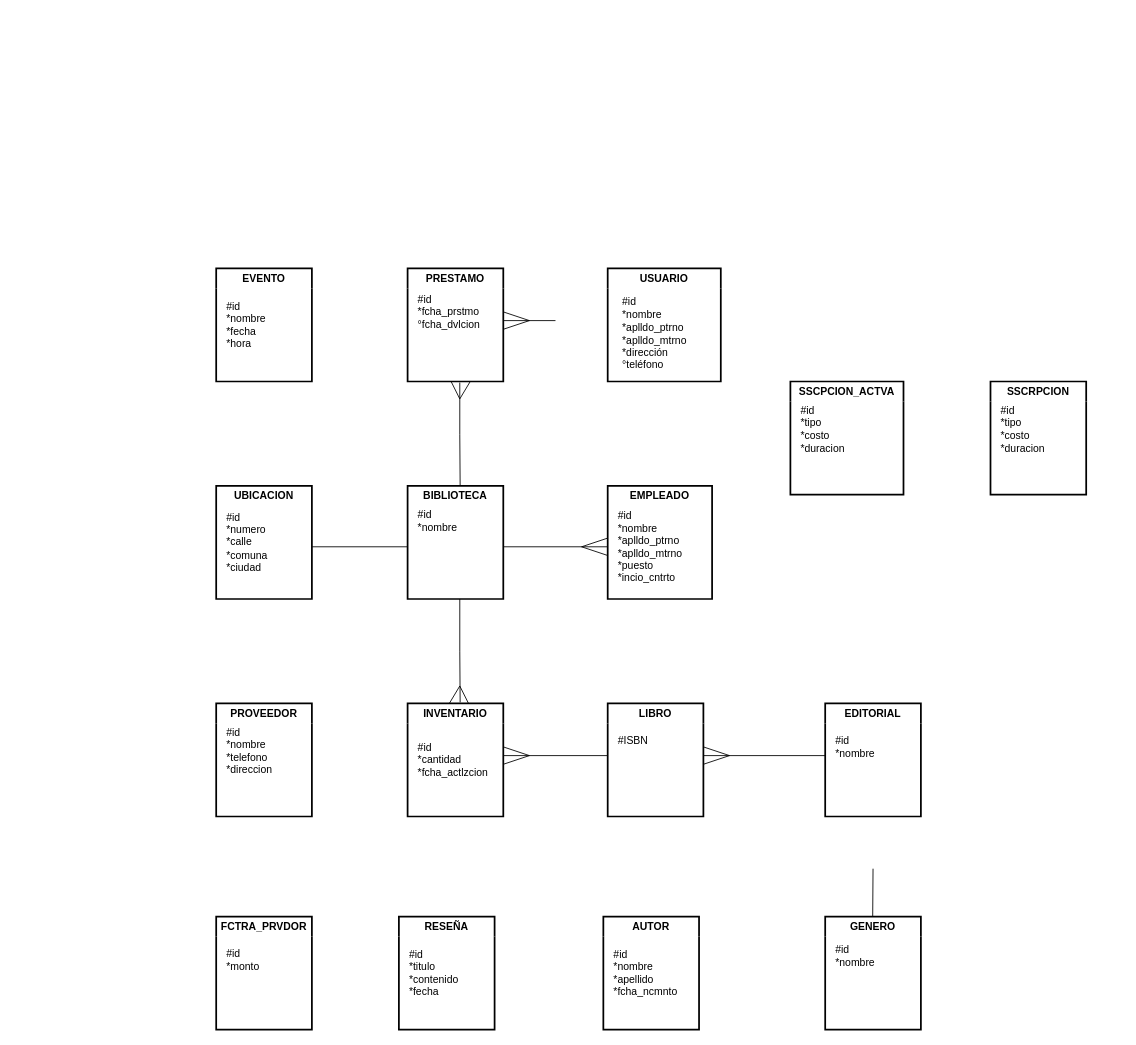
Earlier version of the draw.io diagram page "Page-1" (1 of 2) of examen_practico.drawio (AlexisEV/diagramas-er). Source tidied: cells renumbered, new cells numbered last; positions are measured from the earlier drawing's top-left corner, leaving out a move shared by most shapes. Both pictures are drawn from the tidied source at 87%, with x=0, y=0 at pixel (216, 268).
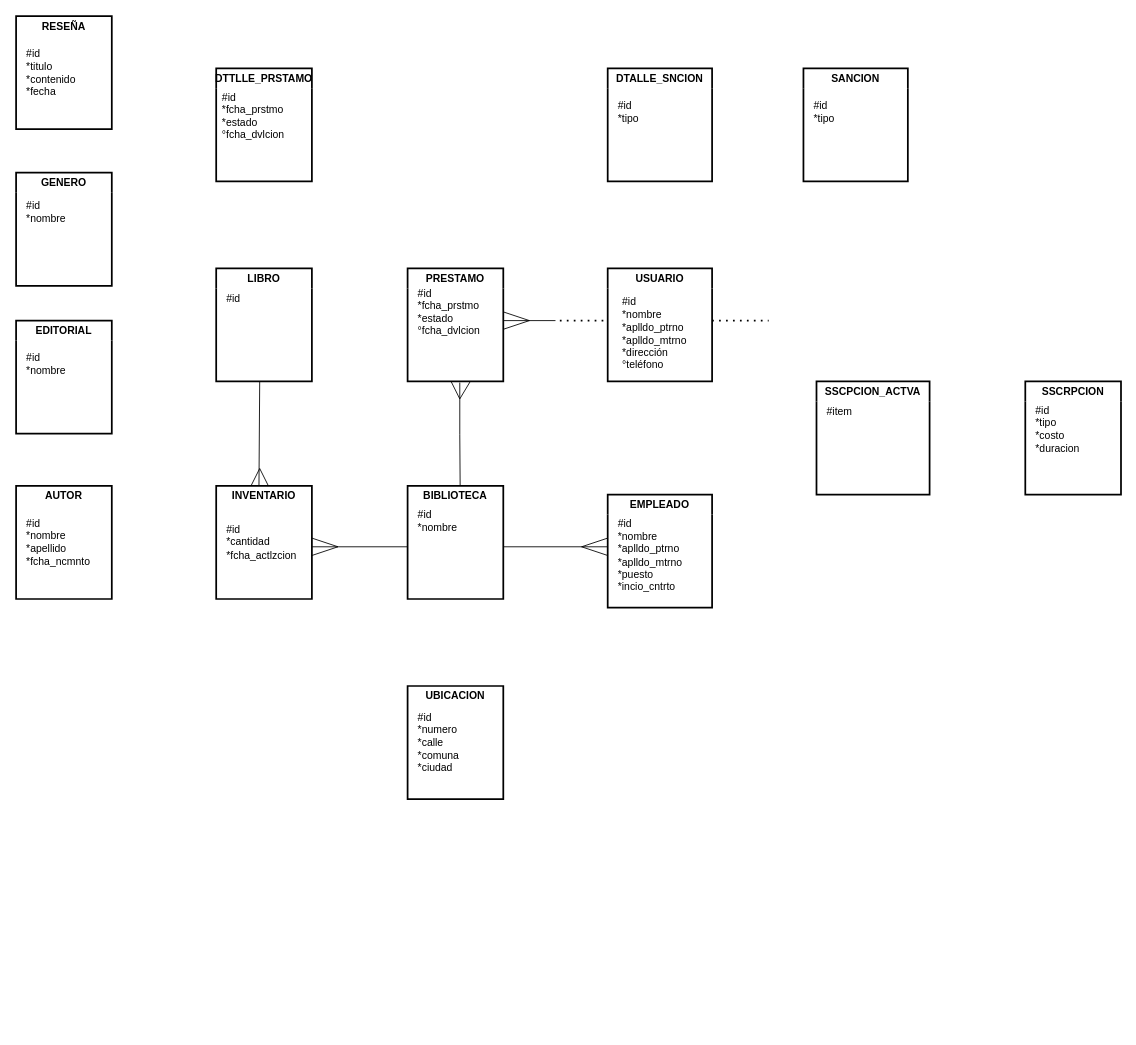
The same diagram, later.

The change refers to these unchanged cells:
```xml
<mxCell id="14" value="PRESTAMO" style="swimlane;whiteSpace=wrap;html=1;perimeterSpacing=7;strokeWidth=2;swimlaneLine=0;glass=0;fillColor=none;strokeColor=#000000;" parent="1" vertex="1">
  <mxGeometry x="220" width="110" height="130" as="geometry" />
</mxCell>
```

Change to the diagram source:
```diff
@@
     <mxCell id="2" value="LIBRO" style="swimlane;whiteSpace=wrap;html=1;perimeterSpacing=7;strokeWidth=2;swimlaneLine=0;glass=0;fillColor=none;strokeColor=#000000;" parent="1" vertex="1">
-      <mxGeometry x="450" y="500" width="110" height="130" as="geometry" />
+      <mxGeometry width="110" height="130" as="geometry" />
     </mxCell>
-    <mxCell id="3" value="#ISBN&lt;br&gt;&lt;br&gt;" style="text;html=1;align=left;verticalAlign=middle;strokeColor=none;fillColor=none;" parent="2" vertex="1">
-      <mxGeometry x="10" y="30" width="60" height="40" as="geometry" />
+    <mxCell id="3" value="#id&lt;br&gt;" style="text;html=1;align=left;verticalAlign=middle;strokeColor=none;fillColor=none;" parent="2" vertex="1">
+      <mxGeometry x="10" y="20" width="40" height="30" as="geometry" />
     </mxCell>
     <mxCell id="4" value="AUTOR" style="swimlane;whiteSpace=wrap;html=1;perimeterSpacing=7;strokeWidth=2;swimlaneLine=0;glass=0;fillColor=none;strokeColor=#000000;" parent="1" vertex="1">
-      <mxGeometry x="445" y="745" width="110" height="130" as="geometry" />
+      <mxGeometry x="-230" y="250" width="110" height="130" as="geometry" />
     </mxCell>
@@
     <mxCell id="6" value="EDITORIAL" style="swimlane;whiteSpace=wrap;html=1;perimeterSpacing=7;strokeWidth=2;swimlaneLine=0;glass=0;fillColor=none;strokeColor=#000000;" parent="1" vertex="1">
-      <mxGeometry x="700" y="500" width="110" height="130" as="geometry" />
+      <mxGeometry x="-230" y="60" width="110" height="130" as="geometry" />
     </mxCell>
@@
     <mxCell id="8" value="EMPLEADO" style="swimlane;whiteSpace=wrap;html=1;perimeterSpacing=7;strokeWidth=2;swimlaneLine=0;glass=0;fillColor=none;strokeColor=#000000;" parent="1" vertex="1">
-      <mxGeometry x="450" y="250" width="120" height="130" as="geometry" />
+      <mxGeometry x="450" y="260" width="120" height="130" as="geometry" />
     </mxCell>
@@
     <mxCell id="10" value="GENERO" style="swimlane;whiteSpace=wrap;html=1;perimeterSpacing=7;strokeWidth=2;swimlaneLine=0;glass=0;fillColor=none;strokeColor=#000000;" parent="1" vertex="1">
-      <mxGeometry x="700" y="745" width="110" height="130" as="geometry" />
+      <mxGeometry x="-230" y="-110" width="110" height="130" as="geometry" />
     </mxCell>
@@
-    <mxCell id="15" value="#id&lt;br&gt;*fcha_prstmo&lt;br&gt;°fcha_dvlcion" style="text;html=1;align=left;verticalAlign=middle;strokeColor=none;fillColor=none;" parent="14" vertex="1">
-      <mxGeometry x="10" y="20" width="100" height="60" as="geometry" />
+    <mxCell id="15" value="#id&lt;br&gt;*fcha_prstmo&lt;br&gt;*estado&lt;br&gt;°fcha_dvlcion" style="text;html=1;align=left;verticalAlign=middle;strokeColor=none;fillColor=none;" parent="14" vertex="1">
+      <mxGeometry x="10" y="15" width="100" height="70" as="geometry" />
     </mxCell>
-    <mxCell id="16" value="FCTRA_PRVDOR" style="swimlane;whiteSpace=wrap;html=1;perimeterSpacing=7;strokeWidth=2;swimlaneLine=0;glass=0;fillColor=none;strokeColor=#000000;" parent="1" vertex="1">
-      <mxGeometry y="745" width="110" height="130" as="geometry" />
-    </mxCell>
-    <mxCell id="17" value="#id&lt;br&gt;*monto" style="text;html=1;align=left;verticalAlign=middle;strokeColor=none;fillColor=none;" parent="16" vertex="1">
-      <mxGeometry x="10" y="30" width="60" height="40" as="geometry" />
-    </mxCell>
     <mxCell id="18" value="INVENTARIO" style="swimlane;whiteSpace=wrap;html=1;perimeterSpacing=7;strokeWidth=2;swimlaneLine=0;glass=0;fillColor=none;strokeColor=#000000;" parent="1" vertex="1">
-      <mxGeometry x="220" y="500" width="110" height="130" as="geometry" />
+      <mxGeometry y="250" width="110" height="130" as="geometry" />
     </mxCell>
@@
-    <mxCell id="20" value="PROVEEDOR" style="swimlane;whiteSpace=wrap;html=1;perimeterSpacing=7;strokeWidth=2;swimlaneLine=0;glass=0;fillColor=none;strokeColor=#000000;" parent="1" vertex="1">
-      <mxGeometry y="500" width="110" height="130" as="geometry" />
-    </mxCell>
-    <mxCell id="21" value="#id&lt;br&gt;*nombre&lt;br&gt;*telefono&lt;br&gt;*direccion" style="text;html=1;align=left;verticalAlign=middle;strokeColor=none;fillColor=none;" parent="20" vertex="1">
-      <mxGeometry x="10" y="20" width="80" height="70" as="geometry" />
-    </mxCell>
     <mxCell id="22" value="SSCRPCION" style="swimlane;whiteSpace=wrap;html=1;perimeterSpacing=7;strokeWidth=2;swimlaneLine=0;glass=0;fillColor=none;strokeColor=#000000;startSize=23;" parent="1" vertex="1">
-      <mxGeometry x="890" y="130" width="110" height="130" as="geometry" />
+      <mxGeometry x="930" y="130" width="110" height="130" as="geometry" />
     </mxCell>
@@
     <mxCell id="24" value="UBICACION" style="swimlane;whiteSpace=wrap;html=1;perimeterSpacing=7;strokeWidth=2;swimlaneLine=0;glass=0;fillColor=none;strokeColor=#000000;" parent="1" vertex="1">
-      <mxGeometry y="250" width="110" height="130" as="geometry" />
+      <mxGeometry x="220" y="480" width="110" height="130" as="geometry" />
     </mxCell>
@@
     <mxCell id="26" value="USUARIO" style="swimlane;whiteSpace=wrap;html=1;perimeterSpacing=7;strokeWidth=2;swimlaneLine=0;glass=0;fillColor=none;strokeColor=#000000;startSize=23;" parent="1" vertex="1">
-      <mxGeometry x="450" width="130" height="130" as="geometry" />
+      <mxGeometry x="450" width="120" height="130" as="geometry" />
     </mxCell>
@@
     <mxCell id="28" value="RESEÑA" style="swimlane;whiteSpace=wrap;html=1;perimeterSpacing=7;strokeWidth=2;swimlaneLine=0;glass=0;fillColor=none;strokeColor=#000000;" parent="1" vertex="1">
-      <mxGeometry x="210" y="745" width="110" height="130" as="geometry" />
+      <mxGeometry x="-230" y="-290" width="110" height="130" as="geometry" />
     </mxCell>
@@
-    <mxCell id="30" value="EVENTO" style="swimlane;whiteSpace=wrap;html=1;perimeterSpacing=7;strokeWidth=2;swimlaneLine=0;glass=0;fillColor=none;strokeColor=#000000;" parent="1" vertex="1">
-      <mxGeometry width="110" height="130" as="geometry" />
-    </mxCell>
-    <mxCell id="31" value="#id&lt;br&gt;*nombre&lt;br&gt;*fecha&lt;br&gt;*hora&lt;br&gt;" style="text;html=1;align=left;verticalAlign=middle;strokeColor=none;fillColor=none;" parent="30" vertex="1">
-      <mxGeometry x="10" y="30" width="70" height="70" as="geometry" />
-    </mxCell>
@@
-    <mxCell id="35" style="endArrow=none;html=1;rounded=0;entryX=0.463;entryY=0.04;entryDx=0;entryDy=0;entryPerimeter=0;" parent="1" edge="1">
-      <mxGeometry relative="1" as="geometry">
-        <mxPoint x="280" y="380" as="sourcePoint" />
-        <mxPoint x="280.4" y="498.8" as="targetPoint" />
-        <Array as="points">
-          <mxPoint x="280" y="440" />
-        </Array>
-      </mxGeometry>
-    </mxCell>
-    <mxCell id="36" style="endArrow=none;html=1;rounded=0;entryX=0.527;entryY=0.04;entryDx=0;entryDy=0;entryPerimeter=0;" parent="1" edge="1">
-      <mxGeometry relative="1" as="geometry">
-        <mxPoint x="280" y="480" as="sourcePoint" />
-        <mxPoint x="268" y="500" as="targetPoint" />
-      </mxGeometry>
-    </mxCell>
     <mxCell id="37" style="endArrow=none;html=1;rounded=0;entryX=0.527;entryY=0.04;entryDx=0;entryDy=0;entryPerimeter=0;" parent="1" edge="1">
       <mxGeometry relative="1" as="geometry">
-        <mxPoint x="280" y="480" as="sourcePoint" />
-        <mxPoint x="290" y="500" as="targetPoint" />
+        <mxPoint x="50" y="230" as="sourcePoint" />
+        <mxPoint x="60" y="250" as="targetPoint" />
       </mxGeometry>
     </mxCell>
-    <mxCell id="38" style="endArrow=none;html=1;rounded=0;" parent="1" edge="1">
-      <mxGeometry relative="1" as="geometry">
-        <mxPoint x="560" y="560" as="sourcePoint" />
-        <mxPoint x="700" y="560" as="targetPoint" />
-      </mxGeometry>
-    </mxCell>
-    <mxCell id="39" style="endArrow=none;html=1;rounded=0;" parent="1" edge="1">
-      <mxGeometry relative="1" as="geometry">
-        <mxPoint x="330" y="550" as="sourcePoint" />
-        <mxPoint x="360" y="560" as="targetPoint" />
-      </mxGeometry>
-    </mxCell>
-    <mxCell id="40" style="endArrow=none;html=1;rounded=0;" parent="1" edge="1">
-      <mxGeometry relative="1" as="geometry">
-        <mxPoint x="330" y="570" as="sourcePoint" />
-        <mxPoint x="360" y="560" as="targetPoint" />
-      </mxGeometry>
-    </mxCell>
@@
     <mxCell id="47" value="SSCPCION_ACTVA" style="swimlane;whiteSpace=wrap;html=1;perimeterSpacing=7;strokeWidth=2;swimlaneLine=0;glass=0;fillColor=none;strokeColor=#000000;startSize=23;" parent="1" vertex="1">
-      <mxGeometry x="660" y="130" width="130" height="130" as="geometry" />
+      <mxGeometry x="690" y="130" width="130" height="130" as="geometry" />
     </mxCell>
-    <mxCell id="48" value="#id&lt;br&gt;*tipo&lt;br&gt;*costo&lt;br&gt;*duracion" style="text;html=1;align=left;verticalAlign=middle;strokeColor=none;fillColor=none;" parent="47" vertex="1">
-      <mxGeometry x="10" y="20" width="70" height="70" as="geometry" />
+    <mxCell id="48" value="#item" style="text;html=1;align=left;verticalAlign=middle;strokeColor=none;fillColor=none;" parent="47" vertex="1">
+      <mxGeometry x="10" y="20" width="50" height="30" as="geometry" />
     </mxCell>
@@
-    <mxCell id="50" style="endArrow=none;html=1;rounded=0;" parent="1" edge="1">
+    <mxCell id="50" style="endArrow=none;html=1;rounded=0;exitX=0.453;exitY=0.045;exitDx=0;exitDy=0;exitPerimeter=0;" parent="1" edge="1" source="18">
       <mxGeometry relative="1" as="geometry">
-        <mxPoint x="330" y="560" as="sourcePoint" />
-        <mxPoint x="450" y="560" as="targetPoint" />
+        <mxPoint x="50" y="130" as="targetPoint" />
       </mxGeometry>
     </mxCell>
-    <mxCell id="51" style="endArrow=none;html=1;rounded=0;" parent="1" edge="1">
-      <mxGeometry relative="1" as="geometry">
-        <mxPoint x="560" y="550" as="sourcePoint" />
-        <mxPoint x="590" y="560" as="targetPoint" />
-      </mxGeometry>
-    </mxCell>
-    <mxCell id="52" style="endArrow=none;html=1;rounded=0;" parent="1" edge="1">
-      <mxGeometry relative="1" as="geometry">
-        <mxPoint x="560" y="570" as="sourcePoint" />
-        <mxPoint x="590" y="560" as="targetPoint" />
-      </mxGeometry>
-    </mxCell>
-    <mxCell id="53" style="endArrow=none;html=1;rounded=0;" parent="1" edge="1">
-      <mxGeometry relative="1" as="geometry">
-        <mxPoint x="755" y="690" as="sourcePoint" />
-        <mxPoint x="754.6" y="745" as="targetPoint" />
-      </mxGeometry>
-    </mxCell>
+    <mxCell id="54" style="endArrow=none;dashed=1;html=1;dashPattern=1 3;strokeWidth=2;rounded=0;" parent="1" edge="1">
+      <mxGeometry relative="1" as="geometry">
+        <mxPoint x="395" y="60" as="sourcePoint" />
+        <mxPoint x="450" y="60" as="targetPoint" />
+      </mxGeometry>
+    </mxCell>
+    <mxCell id="55" style="endArrow=none;dashed=1;html=1;dashPattern=1 3;strokeWidth=2;rounded=0;" parent="1" edge="1">
+      <mxGeometry relative="1" as="geometry">
+        <mxPoint x="570" y="60" as="sourcePoint" />
+        <mxPoint x="635" y="60" as="targetPoint" />
+      </mxGeometry>
+    </mxCell>
+    <mxCell id="56" style="endArrow=none;html=1;rounded=0;" parent="1" edge="1">
+      <mxGeometry relative="1" as="geometry">
+        <mxPoint x="110" y="330" as="sourcePoint" />
+        <mxPoint x="140" y="320" as="targetPoint" />
+      </mxGeometry>
+    </mxCell>
+    <mxCell id="57" style="endArrow=none;html=1;rounded=0;" parent="1" edge="1">
+      <mxGeometry relative="1" as="geometry">
+        <mxPoint x="110" y="310" as="sourcePoint" />
+        <mxPoint x="140" y="320" as="targetPoint" />
+      </mxGeometry>
+    </mxCell>
+    <mxCell id="58" style="endArrow=none;html=1;rounded=0;entryX=0.527;entryY=0.04;entryDx=0;entryDy=0;entryPerimeter=0;" parent="1" edge="1">
+      <mxGeometry relative="1" as="geometry">
+        <mxPoint x="50" y="230" as="sourcePoint" />
+        <mxPoint x="40" y="250" as="targetPoint" />
+      </mxGeometry>
+    </mxCell>
+    <mxCell id="59" value="SANCION" style="swimlane;whiteSpace=wrap;html=1;perimeterSpacing=7;strokeWidth=2;swimlaneLine=0;glass=0;fillColor=none;strokeColor=#000000;" parent="1" vertex="1">
+      <mxGeometry x="675" y="-230" width="120" height="130" as="geometry" />
+    </mxCell>
+    <mxCell id="60" value="#id&lt;br&gt;*tipo" style="text;html=1;align=left;verticalAlign=middle;strokeColor=none;fillColor=none;" parent="59" vertex="1">
+      <mxGeometry x="10" y="30" width="50" height="40" as="geometry" />
+    </mxCell>
+    <mxCell id="61" value="DTTLLE_PRSTAMO" style="swimlane;whiteSpace=wrap;html=1;perimeterSpacing=7;strokeWidth=2;swimlaneLine=0;glass=0;fillColor=none;strokeColor=#000000;" parent="1" vertex="1">
+      <mxGeometry y="-230" width="110" height="130" as="geometry" />
+    </mxCell>
+    <mxCell id="62" value="#id&lt;br&gt;*fcha_prstmo&lt;br&gt;*estado&lt;br&gt;°fcha_dvlcion" style="text;html=1;align=left;verticalAlign=middle;strokeColor=none;fillColor=none;" parent="61" vertex="1">
+      <mxGeometry x="5" y="20" width="100" height="70" as="geometry" />
+    </mxCell>
+    <mxCell id="63" value="DTALLE_SNCION" style="swimlane;whiteSpace=wrap;html=1;perimeterSpacing=7;strokeWidth=2;swimlaneLine=0;glass=0;fillColor=none;strokeColor=#000000;" parent="1" vertex="1">
+      <mxGeometry x="450" y="-230" width="120" height="130" as="geometry" />
+    </mxCell>
+    <mxCell id="64" value="#id&lt;br&gt;*tipo" style="text;html=1;align=left;verticalAlign=middle;strokeColor=none;fillColor=none;" parent="63" vertex="1">
+      <mxGeometry x="10" y="30" width="50" height="40" as="geometry" />
+    </mxCell>
```
